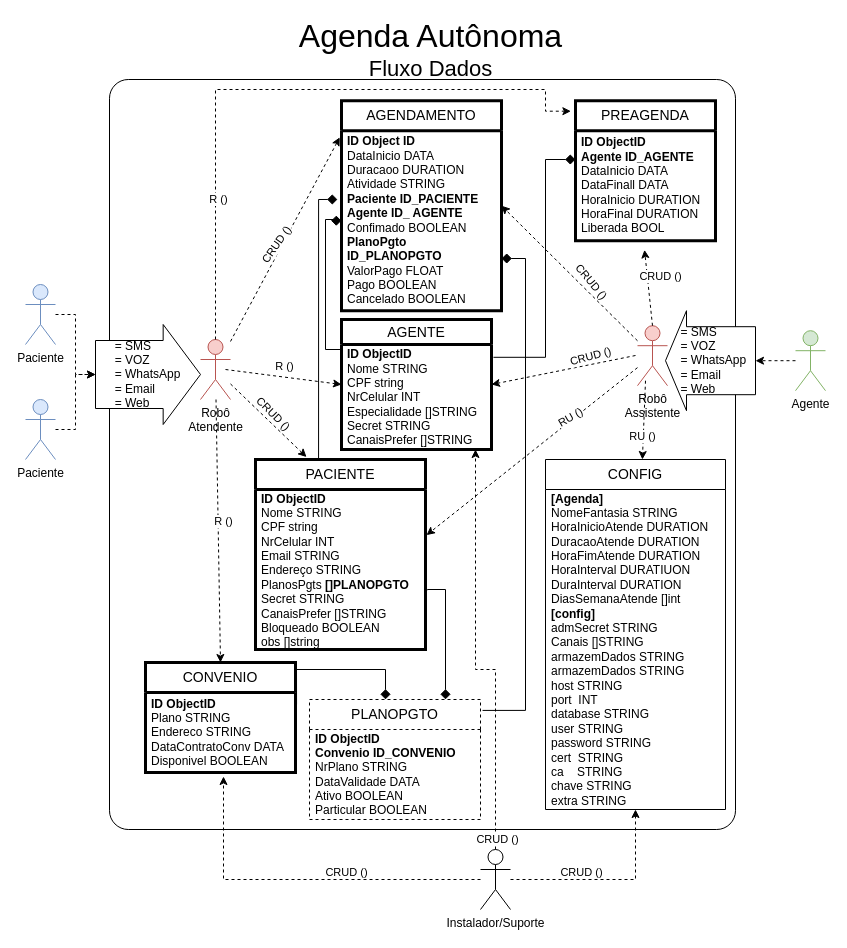
gunboe/Agenda keeps this draw.io diagram as page "Página-1" (1 of 2) of Agenda.drawio. Above is the earlier version. Source tidied: cells renumbered, new cells numbered last; positions are measured from the earlier drawing's top-left corner, leaving out a move shared by most shapes. Both pictures are drawn from the tidied source at 100%, with x=0, y=0 at pixel (25, 19).
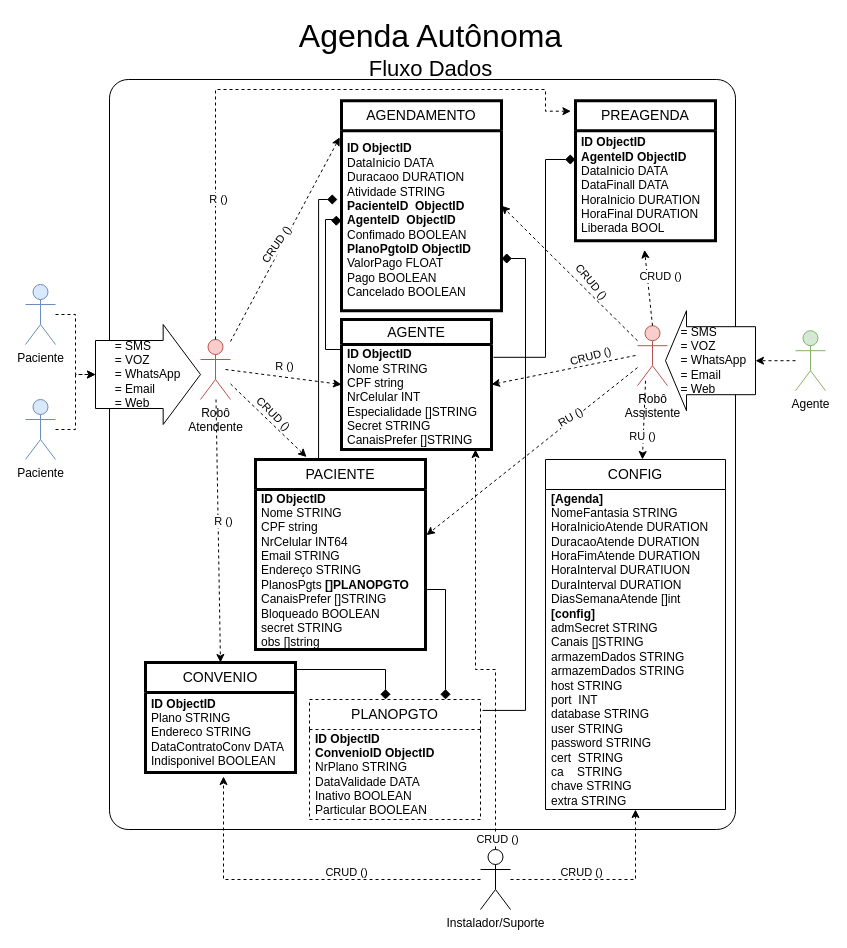
The same page after the edit.

Commit message:
Atualização Geral com cod e pouca arquitetura Agenda.drawio

Unchanged cells that the change refers to:
```xml
<mxCell id="10" value="&lt;font style=&quot;font-size: 14px;&quot;&gt;PACIENTE&lt;/font&gt;" style="swimlane;fontStyle=0;horizontal=1;startSize=30;whiteSpace=wrap;html=1;strokeWidth=3;" parent="1" vertex="1">
  <mxGeometry x="230" y="440" width="170" height="190" as="geometry" />
</mxCell>
<mxCell id="34" value="&lt;font style=&quot;font-size: 14px;&quot;&gt;PLANOPGTO&lt;/font&gt;" style="swimlane;fontStyle=0;horizontal=1;startSize=30;whiteSpace=wrap;html=1;dashed=1;" parent="1" vertex="1">
  <mxGeometry x="284" y="680" width="171" height="120" as="geometry" />
</mxCell>
<mxCell id="43" value="&lt;font style=&quot;font-size: 14px;&quot;&gt;PREAGENDA&lt;/font&gt;" style="swimlane;fontStyle=0;horizontal=1;startSize=30;whiteSpace=wrap;html=1;strokeWidth=3;" parent="1" vertex="1">
  <mxGeometry x="550" y="81.2" width="140" height="140" as="geometry" />
</mxCell>
<mxCell id="53" value="&lt;font style=&quot;font-size: 14px;&quot;&gt;CONVENIO&lt;/font&gt;" style="swimlane;fontStyle=0;horizontal=1;startSize=30;whiteSpace=wrap;html=1;strokeWidth=3;" parent="1" vertex="1">
  <mxGeometry x="120" y="643" width="150" height="110" as="geometry" />
</mxCell>
<mxCell id="59" value="&lt;font style=&quot;font-size: 14px;&quot;&gt;AGENDAMENTO&lt;/font&gt;" style="swimlane;fontStyle=0;horizontal=1;startSize=30;whiteSpace=wrap;html=1;strokeWidth=3;" parent="1" vertex="1">
  <mxGeometry x="316" y="81.2" width="160" height="210" as="geometry" />
</mxCell>
```

Diff of the diagram source:
```diff
@@
-    <mxCell id="11" value="&lt;b style=&quot;border-color: var(--border-color);&quot;&gt;ID ObjectID&lt;br style=&quot;border-color: var(--border-color);&quot;&gt;&lt;/b&gt;Nome STRING&lt;br&gt;CPF string&lt;br&gt;NrCelular INT&lt;br&gt;Email STRING&lt;br&gt;Endereço STRING&lt;br&gt;PlanosPgts&amp;nbsp;&lt;b&gt;[]PLANOPGTO&lt;/b&gt;&lt;br&gt;Secret STRING&lt;br&gt;CanaisPrefer []STRING&lt;br&gt;Bloqueado BOOLEAN&lt;br&gt;obs []string" style="text;strokeColor=none;fillColor=none;align=left;verticalAlign=middle;spacingLeft=4;spacingRight=4;overflow=hidden;points=[[0,0.5],[1,0.5]];portConstraint=eastwest;whiteSpace=wrap;html=1;" parent="10" vertex="1">
+    <mxCell id="11" value="&lt;b style=&quot;border-color: var(--border-color);&quot;&gt;ID ObjectID&lt;br style=&quot;border-color: var(--border-color);&quot;&gt;&lt;/b&gt;Nome STRING&lt;br&gt;CPF string&lt;br&gt;NrCelular INT64&lt;br&gt;Email STRING&lt;br&gt;Endereço STRING&lt;br&gt;PlanosPgts&amp;nbsp;&lt;b&gt;[]PLANOPGTO&lt;/b&gt;&lt;br&gt;CanaisPrefer []STRING&lt;br&gt;Bloqueado BOOLEAN&lt;br&gt;secret STRING&lt;br&gt;obs []string" style="text;strokeColor=none;fillColor=none;align=left;verticalAlign=middle;spacingLeft=4;spacingRight=4;overflow=hidden;points=[[0,0.5],[1,0.5]];portConstraint=eastwest;whiteSpace=wrap;html=1;" parent="10" vertex="1">
       <mxGeometry y="30" width="170" height="160" as="geometry" />
     </mxCell>
@@
-    <mxCell id="35" value="&lt;b style=&quot;border-color: var(--border-color);&quot;&gt;ID ObjectID&lt;br style=&quot;border-color: var(--border-color);&quot;&gt;&lt;/b&gt;&lt;b&gt;Convenio ID_CONVENIO&lt;br&gt;&lt;/b&gt;NrPlano STRING&lt;br&gt;DataValidade DATA&lt;br&gt;Ativo BOOLEAN&lt;br&gt;Particular BOOLEAN" style="text;strokeColor=none;fillColor=none;align=left;verticalAlign=middle;spacingLeft=4;spacingRight=4;overflow=hidden;whiteSpace=wrap;html=1;" parent="34" vertex="1">
+    <mxCell id="35" value="&lt;b style=&quot;border-color: var(--border-color);&quot;&gt;ID ObjectID&lt;br style=&quot;border-color: var(--border-color);&quot;&gt;&lt;/b&gt;&lt;b&gt;ConvenioID&amp;nbsp;&lt;/b&gt;&lt;b style=&quot;border-color: var(--border-color);&quot;&gt;ObjectID&lt;/b&gt;&lt;b&gt;&lt;br&gt;&lt;/b&gt;NrPlano STRING&lt;br&gt;DataValidade DATA&lt;br&gt;Inativo BOOLEAN&lt;br&gt;Particular BOOLEAN" style="text;strokeColor=none;fillColor=none;align=left;verticalAlign=middle;spacingLeft=4;spacingRight=4;overflow=hidden;whiteSpace=wrap;html=1;" parent="34" vertex="1">
       <mxGeometry y="30" width="171" height="90" as="geometry" />
     </mxCell>
@@
-    <mxCell id="44" value="&lt;b&gt;ID ObjectID&lt;br&gt;Agente ID_AGENTE&lt;br&gt;&lt;/b&gt;DataInicio DATA&lt;br&gt;DataFinall DATA&lt;br&gt;HoraInicio DURATION&lt;br&gt;HoraFinal DURATION&lt;br&gt;Liberada BOOL" style="text;strokeColor=none;fillColor=none;align=left;verticalAlign=middle;spacingLeft=4;spacingRight=4;overflow=hidden;points=[[0,0.5],[1,0.5]];portConstraint=eastwest;whiteSpace=wrap;html=1;" parent="43" vertex="1">
+    <mxCell id="44" value="&lt;b&gt;ID ObjectID&lt;br&gt;AgenteID&amp;nbsp;&lt;/b&gt;&lt;b style=&quot;border-color: var(--border-color);&quot;&gt;ObjectID&lt;/b&gt;&lt;b&gt;&lt;br&gt;&lt;/b&gt;DataInicio DATA&lt;br&gt;DataFinall DATA&lt;br&gt;HoraInicio DURATION&lt;br&gt;HoraFinal DURATION&lt;br&gt;Liberada BOOL" style="text;strokeColor=none;fillColor=none;align=left;verticalAlign=middle;spacingLeft=4;spacingRight=4;overflow=hidden;points=[[0,0.5],[1,0.5]];portConstraint=eastwest;whiteSpace=wrap;html=1;" parent="43" vertex="1">
       <mxGeometry y="30" width="140" height="110" as="geometry" />
     </mxCell>
@@
-    <mxCell id="54" value="&lt;b&gt;ID ObjectID&lt;br&gt;&lt;/b&gt;Plano STRING&lt;br&gt;Endereco STRING&lt;br&gt;DataContratoConv DATA&lt;br&gt;Disponivel BOOLEAN" style="text;strokeColor=none;fillColor=none;align=left;verticalAlign=middle;spacingLeft=4;spacingRight=4;overflow=hidden;points=[[0,0.5],[1,0.5]];portConstraint=eastwest;whiteSpace=wrap;html=1;" parent="53" vertex="1">
+    <mxCell id="54" value="&lt;b&gt;ID ObjectID&lt;br&gt;&lt;/b&gt;Plano STRING&lt;br&gt;Endereco STRING&lt;br&gt;DataContratoConv DATA&lt;br&gt;Indisponivel BOOLEAN" style="text;strokeColor=none;fillColor=none;align=left;verticalAlign=middle;spacingLeft=4;spacingRight=4;overflow=hidden;points=[[0,0.5],[1,0.5]];portConstraint=eastwest;whiteSpace=wrap;html=1;" parent="53" vertex="1">
       <mxGeometry y="30" width="150" height="80" as="geometry" />
     </mxCell>
@@
-    <mxCell id="60" value="&lt;b&gt;ID Object ID&lt;/b&gt;&lt;br&gt;DataInicio DATA&lt;br style=&quot;border-color: var(--border-color); text-align: center;&quot;&gt;&lt;span style=&quot;text-align: center;&quot;&gt;Duracaoo DURATION&lt;/span&gt;&lt;br style=&quot;border-color: var(--border-color); text-align: center;&quot;&gt;&lt;span style=&quot;text-align: center;&quot;&gt;Atividade STRING&lt;/span&gt;&lt;br style=&quot;border-color: var(--border-color); text-align: center;&quot;&gt;&lt;b&gt;Paciente ID_PACIENTE&lt;/b&gt;&lt;br style=&quot;border-color: var(--border-color);&quot;&gt;&lt;span style=&quot;text-align: center;&quot;&gt;&lt;b&gt;Agente ID_ AGENTE&lt;/b&gt;&lt;/span&gt;&lt;br style=&quot;border-color: var(--border-color); text-align: center;&quot;&gt;&lt;span style=&quot;text-align: center;&quot;&gt;Confimado BOOLEAN&lt;/span&gt;&lt;span style=&quot;text-align: center;&quot;&gt;&lt;br&gt;&lt;b&gt;PlanoPgto ID_PLANOPGTO&lt;br&gt;&lt;/b&gt;ValorPago FLOAT&lt;br&gt;Pago BOOLEAN&lt;br&gt;Cancelado BOOLEAN&lt;br&gt;&lt;/span&gt;" style="text;strokeColor=none;fillColor=none;align=left;verticalAlign=middle;spacingLeft=4;spacingRight=4;overflow=hidden;points=[[0,0.5],[1,0.5]];portConstraint=eastwest;whiteSpace=wrap;html=1;" parent="59" vertex="1">
+    <mxCell id="60" value="&lt;b&gt;ID ObjectID&lt;/b&gt;&lt;br&gt;DataInicio DATA&lt;br style=&quot;border-color: var(--border-color); text-align: center;&quot;&gt;&lt;span style=&quot;text-align: center;&quot;&gt;Duracaoo DURATION&lt;/span&gt;&lt;br style=&quot;border-color: var(--border-color); text-align: center;&quot;&gt;&lt;span style=&quot;text-align: center;&quot;&gt;Atividade STRING&lt;/span&gt;&lt;br style=&quot;border-color: var(--border-color); text-align: center;&quot;&gt;&lt;b&gt;PacienteID&amp;nbsp;&amp;nbsp;&lt;/b&gt;&lt;b style=&quot;border-color: var(--border-color);&quot;&gt;ObjectID&lt;/b&gt;&lt;br style=&quot;border-color: var(--border-color);&quot;&gt;&lt;span style=&quot;text-align: center;&quot;&gt;&lt;b&gt;AgenteID&amp;nbsp;&amp;nbsp;&lt;/b&gt;&lt;/span&gt;&lt;b style=&quot;border-color: var(--border-color);&quot;&gt;ObjectID&lt;/b&gt;&lt;br style=&quot;border-color: var(--border-color); text-align: center;&quot;&gt;&lt;span style=&quot;text-align: center;&quot;&gt;Confimado BOOLEAN&lt;/span&gt;&lt;br&gt;&lt;b&gt;PlanoPgtoID&amp;nbsp;&lt;/b&gt;&lt;b style=&quot;border-color: var(--border-color);&quot;&gt;ObjectID&lt;/b&gt;&lt;span style=&quot;text-align: center;&quot;&gt;&lt;b&gt;&lt;br&gt;&lt;/b&gt;ValorPago FLOAT&lt;br&gt;Pago BOOLEAN&lt;br&gt;Cancelado BOOLEAN&lt;br&gt;&lt;/span&gt;" style="text;strokeColor=none;fillColor=none;align=left;verticalAlign=middle;spacingLeft=4;spacingRight=4;overflow=hidden;points=[[0,0.5],[1,0.5]];portConstraint=eastwest;whiteSpace=wrap;html=1;" parent="59" vertex="1">
       <mxGeometry y="30" width="160" height="180" as="geometry" />
     </mxCell>
```
